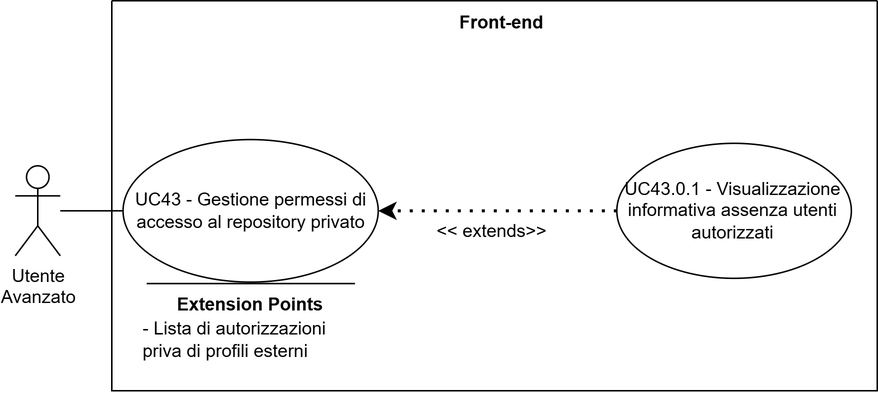
Earlier version of the draw.io export assets/diagrams/UC43.png (SkarabGroup/DocumentazioneProgetto). Source tidied: cells renumbered, new cells last; positions are measured from the earlier drawing's top-left corner, leaving out a move shared by most shapes.
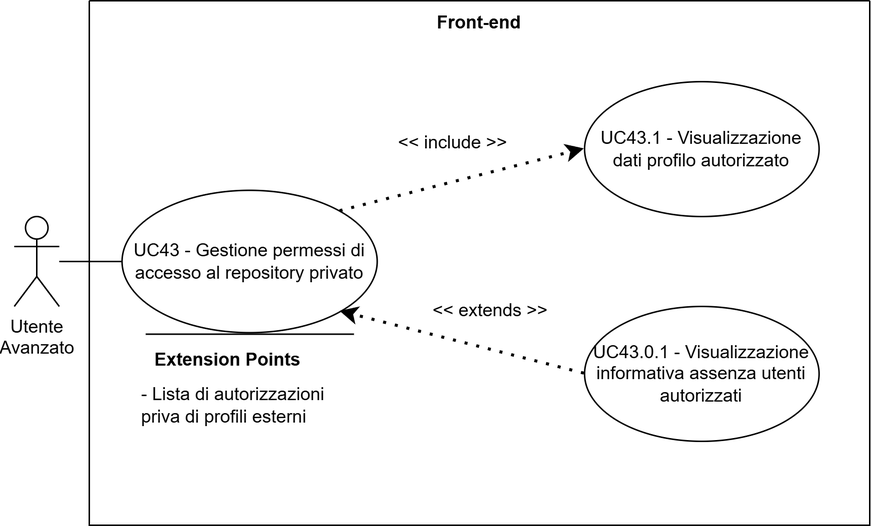
After the change.

Change to the diagram source:
```diff
@@ -2,41 +2,50 @@
   <root>
     <mxCell id="0" />
     <mxCell id="1" parent="0" />
-    <mxCell id="2" style="swimlane;startSize=0;" parent="1" vertex="1">
-      <mxGeometry x="64" width="510" height="260" as="geometry" />
-    </mxCell>
+    <mxCell id="13" style="swimlane;startSize=0;" parent="1" vertex="1">
+      <mxGeometry x="64" y="300" width="520" height="350" as="geometry" />
+    </mxCell>
-    <mxCell id="3" value="Front-end" style="text;html=1;whiteSpace=wrap;strokeColor=none;fillColor=none;align=center;verticalAlign=middle;rounded=0;perimeterSpacing=1;fontStyle=1;" parent="2" vertex="1">
+    <mxCell id="3" value="Front-end" style="text;html=1;whiteSpace=wrap;strokeColor=none;fillColor=none;align=center;verticalAlign=middle;rounded=0;perimeterSpacing=1;fontStyle=1;" parent="13" vertex="1">
       <mxGeometry x="230" width="60" height="30" as="geometry" />
     </mxCell>
-    <mxCell id="4" value="UC43 - Gestione permessi di accesso al repository privato" style="ellipse;whiteSpace=wrap;html=1;" parent="2" vertex="1">
-      <mxGeometry x="7.5" y="92.5" width="170" height="95" as="geometry" />
+    <mxCell id="4" value="UC43 - Gestione permessi di accesso al repository privato" style="ellipse;whiteSpace=wrap;html=1;" parent="13" vertex="1">
+      <mxGeometry x="21.8" y="126.5" width="170" height="95" as="geometry" />
     </mxCell>
-    <mxCell id="5" value="UC43.0.1 - Visualizzazione informativa assenza utenti autorizzati" style="ellipse;whiteSpace=wrap;html=1;" parent="2" vertex="1">
-      <mxGeometry x="336.5" y="95.1" width="156.2" height="90" as="geometry" />
+    <mxCell id="5" value="UC43.0.1 - Visualizzazione informativa assenza utenti autorizzati" style="ellipse;whiteSpace=wrap;html=1;" parent="13" vertex="1">
+      <mxGeometry x="330" y="204" width="156.2" height="90" as="geometry" />
     </mxCell>
-    <mxCell id="6" style="endArrow=classic;dashed=1;html=1;dashPattern=1 3;strokeWidth=2;rounded=0;strokeColor=default;curved=0;endFill=1;endSize=6;entryX=1;entryY=0.5;entryDx=0;entryDy=0;exitX=0;exitY=0.5;exitDx=0;exitDy=0;" parent="2" edge="1" source="5" target="4">
+    <mxCell id="6" style="endArrow=classic;dashed=1;html=1;dashPattern=1 3;strokeWidth=2;rounded=0;strokeColor=default;curved=0;endFill=1;endSize=6;entryX=1;entryY=1;entryDx=0;entryDy=0;exitX=0;exitY=0.5;exitDx=0;exitDy=0;" parent="13" edge="1" source="5" target="4">
       <mxGeometry relative="1" as="geometry" />
     </mxCell>
-    <mxCell id="7" value="&amp;lt;&amp;lt; extends&amp;gt;&amp;gt;" style="text;html=1;whiteSpace=wrap;strokeColor=none;fillColor=none;align=center;verticalAlign=middle;rounded=0;" parent="2" vertex="1">
-      <mxGeometry x="206" y="139" width="95" height="30" as="geometry" />
-    </mxCell>
+    <mxCell id="14" value="&amp;lt;&amp;lt; extends &amp;gt;&amp;gt;" style="text;html=1;whiteSpace=wrap;strokeColor=none;fillColor=none;align=center;verticalAlign=middle;rounded=0;" parent="13" vertex="1">
+      <mxGeometry x="220" y="191.5" width="95" height="30" as="geometry" />
+    </mxCell>
-    <mxCell id="8" value="&lt;div&gt;Utente&lt;/div&gt;&lt;div&gt;&lt;span style=&quot;background-color: transparent; color: light-dark(rgb(0, 0, 0), rgb(255, 255, 255));&quot;&gt;Avanzato&lt;/span&gt;&lt;/div&gt;" style="shape=umlActor;verticalLabelPosition=bottom;verticalAlign=top;html=1;outlineConnect=0;" parent="2" vertex="1">
-      <mxGeometry x="-64.3" y="110" width="30" height="60" as="geometry" />
+    <mxCell id="8" value="&lt;div&gt;Utente&lt;/div&gt;&lt;div&gt;&lt;span style=&quot;background-color: transparent; color: light-dark(rgb(0, 0, 0), rgb(255, 255, 255));&quot;&gt;Avanzato&lt;/span&gt;&lt;/div&gt;" style="shape=umlActor;verticalLabelPosition=bottom;verticalAlign=top;html=1;outlineConnect=0;" parent="13" vertex="1">
+      <mxGeometry x="-50" y="144" width="30" height="60" as="geometry" />
     </mxCell>
-    <mxCell id="9" style="endArrow=none;html=1;rounded=0;entryX=0;entryY=0.5;entryDx=0;entryDy=0;" parent="2" edge="1" source="8" target="4">
+    <mxCell id="9" style="endArrow=none;html=1;rounded=0;entryX=0;entryY=0.5;entryDx=0;entryDy=0;" parent="13" edge="1" source="8" target="4">
       <mxGeometry relative="1" as="geometry" />
     </mxCell>
-    <mxCell id="10" style="endArrow=none;html=1;rounded=0;" parent="2" edge="1">
-      <mxGeometry relative="1" as="geometry">
-        <mxPoint x="162" y="188.6" as="sourcePoint" />
-        <mxPoint x="23.2" y="188.6" as="targetPoint" />
-      </mxGeometry>
-    </mxCell>
+    <mxCell id="15" style="endArrow=none;html=1;rounded=0;" parent="13" edge="1">
+      <mxGeometry relative="1" as="geometry">
+        <mxPoint x="176.3" y="222.5" as="sourcePoint" />
+        <mxPoint x="37.6" y="222.5" as="targetPoint" />
+      </mxGeometry>
+    </mxCell>
-    <mxCell id="11" value="&lt;b&gt;Extension Points&lt;/b&gt;" style="text;html=1;whiteSpace=wrap;strokeColor=none;fillColor=none;align=center;verticalAlign=middle;rounded=0;strokeWidth=5;" parent="2" vertex="1">
-      <mxGeometry x="35" y="187.6" width="115" height="30" as="geometry" />
+    <mxCell id="11" value="&lt;b&gt;Extension Points&lt;/b&gt;" style="text;html=1;whiteSpace=wrap;strokeColor=none;fillColor=none;align=center;verticalAlign=middle;rounded=0;strokeWidth=5;" parent="13" vertex="1">
+      <mxGeometry x="35" y="225" width="115" height="30" as="geometry" />
     </mxCell>
-    <mxCell id="12" value="- Lista di autorizzazioni priva di profili esterni" style="text;html=1;whiteSpace=wrap;strokeColor=none;fillColor=none;align=left;verticalAlign=middle;rounded=0;" parent="2" vertex="1">
-      <mxGeometry x="19" y="212.6" width="147" height="27.4" as="geometry" />
+    <mxCell id="12" value="- Lista di autorizzazioni priva di profili esterni" style="text;html=1;whiteSpace=wrap;strokeColor=none;fillColor=none;align=left;verticalAlign=middle;rounded=0;" parent="13" vertex="1">
+      <mxGeometry x="33" y="256" width="147" height="27.4" as="geometry" />
     </mxCell>
+    <mxCell id="16" value="UC43.1 - Visualizzazione dati profilo autorizzato" style="ellipse;whiteSpace=wrap;html=1;" parent="13" vertex="1">
+      <mxGeometry x="330" y="54" width="156.2" height="90" as="geometry" />
+    </mxCell>
+    <mxCell id="17" style="endArrow=classic;dashed=1;html=1;dashPattern=1 3;strokeWidth=2;rounded=0;strokeColor=default;curved=0;endFill=1;endSize=6;entryX=0;entryY=0.5;entryDx=0;entryDy=0;exitX=1;exitY=0;exitDx=0;exitDy=0;" parent="13" edge="1" source="4" target="16">
+      <mxGeometry relative="1" as="geometry" />
+    </mxCell>
+    <mxCell id="18" value="&amp;lt;&amp;lt; include &amp;gt;&amp;gt;" style="text;html=1;whiteSpace=wrap;strokeColor=none;fillColor=none;align=center;verticalAlign=middle;rounded=0;" parent="13" vertex="1">
+      <mxGeometry x="195" y="80" width="95" height="30" as="geometry" />
+    </mxCell>
   </root>
 </mxGraphModel>
```
